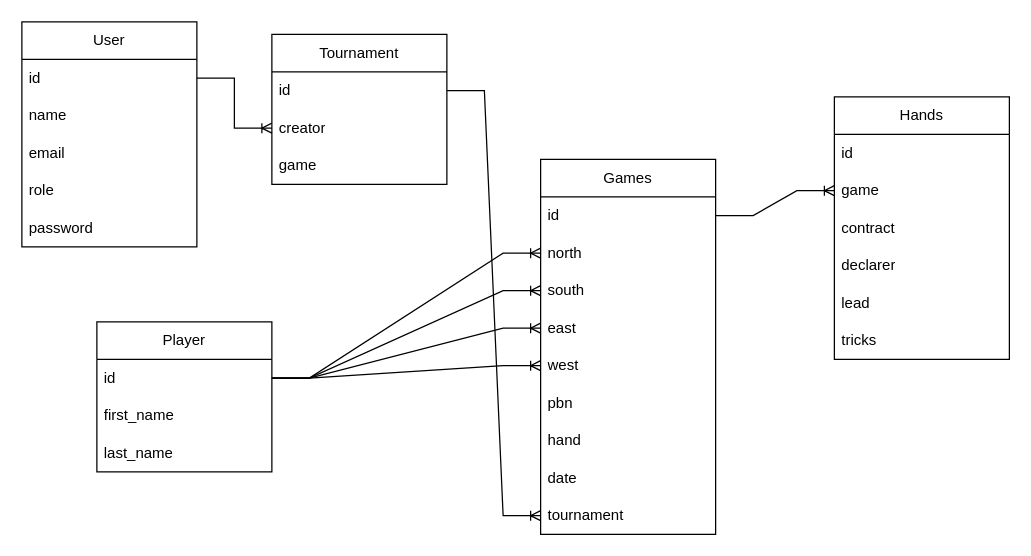
The draw.io diagram server/docs/bridge_games.drawio in MaxxZahar/BridgeGames, before the edit. Source tidied: cells renumbered, new cells numbered last; positions are measured from the earlier drawing's top-left corner, leaving out a move shared by most shapes. Both pictures are drawn from the tidied source at 125%, with x=0, y=0 at pixel (21, 21).
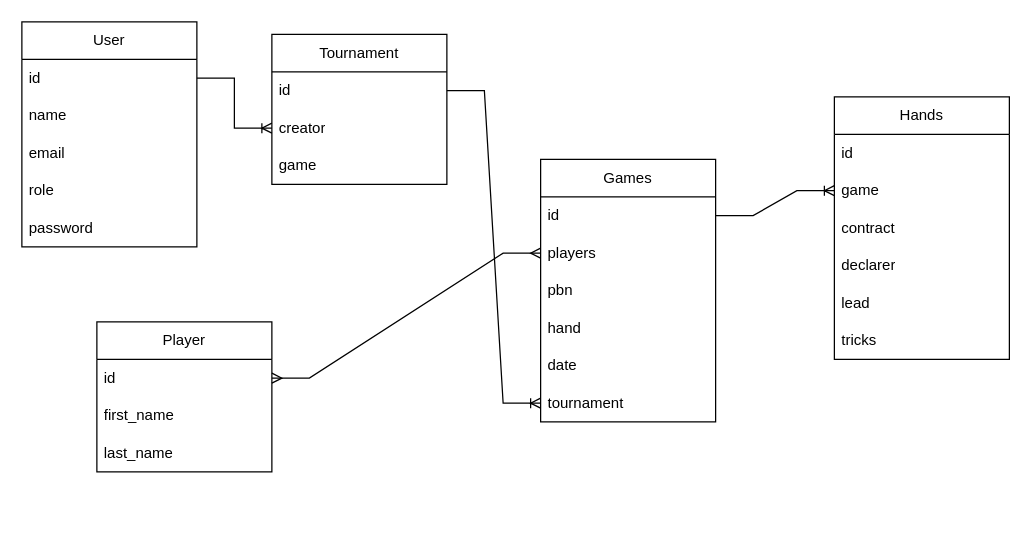
The same page after the edit.

The change refers to these unchanged cells:
```xml
<mxCell id="26" value="id" style="text;strokeColor=none;fillColor=none;align=left;verticalAlign=middle;spacingLeft=4;spacingRight=4;overflow=hidden;points=[[0,0.5],[1,0.5]];portConstraint=eastwest;whiteSpace=wrap;html=1;" parent="25" vertex="1">
  <mxGeometry y="30" width="140" height="30" as="geometry" />
</mxCell>
```

The edit, as a diff of the source:
```diff
@@
     <mxCell id="8" value="Games" style="swimlane;fontStyle=0;horizontal=1;startSize=30;whiteSpace=wrap;html=1;" parent="1" vertex="1">
-      <mxGeometry x="415" y="110" width="140" height="300" as="geometry" />
+      <mxGeometry x="415" y="110" width="140" height="210" as="geometry" />
     </mxCell>
@@
-    <mxCell id="10" value="north" style="text;strokeColor=none;fillColor=none;align=left;verticalAlign=middle;spacingLeft=4;spacingRight=4;overflow=hidden;points=[[0,0.5],[1,0.5]];portConstraint=eastwest;whiteSpace=wrap;html=1;" parent="8" vertex="1">
-      <mxGeometry y="60" width="140" height="30" as="geometry" />
-    </mxCell>
-    <mxCell id="11" value="south" style="text;strokeColor=none;fillColor=none;align=left;verticalAlign=middle;spacingLeft=4;spacingRight=4;overflow=hidden;points=[[0,0.5],[1,0.5]];portConstraint=eastwest;whiteSpace=wrap;html=1;" parent="8" vertex="1">
-      <mxGeometry y="90" width="140" height="30" as="geometry" />
-    </mxCell>
-    <mxCell id="12" value="east" style="text;strokeColor=none;fillColor=none;align=left;verticalAlign=middle;spacingLeft=4;spacingRight=4;overflow=hidden;points=[[0,0.5],[1,0.5]];portConstraint=eastwest;whiteSpace=wrap;html=1;" parent="8" vertex="1">
-      <mxGeometry y="120" width="140" height="30" as="geometry" />
-    </mxCell>
-    <mxCell id="13" value="west" style="text;strokeColor=none;fillColor=none;align=left;verticalAlign=middle;spacingLeft=4;spacingRight=4;overflow=hidden;points=[[0,0.5],[1,0.5]];portConstraint=eastwest;whiteSpace=wrap;html=1;" parent="8" vertex="1">
-      <mxGeometry y="150" width="140" height="30" as="geometry" />
+    <mxCell id="13" value="players" style="text;strokeColor=none;fillColor=none;align=left;verticalAlign=middle;spacingLeft=4;spacingRight=4;overflow=hidden;points=[[0,0.5],[1,0.5]];portConstraint=eastwest;whiteSpace=wrap;html=1;" parent="8" vertex="1">
+      <mxGeometry y="60" width="140" height="30" as="geometry" />
     </mxCell>
     <mxCell id="14" value="pbn" style="text;strokeColor=none;fillColor=none;align=left;verticalAlign=middle;spacingLeft=4;spacingRight=4;overflow=hidden;whiteSpace=wrap;html=1;" parent="8" vertex="1">
-      <mxGeometry y="180" width="140" height="30" as="geometry" />
+      <mxGeometry y="90" width="140" height="30" as="geometry" />
     </mxCell>
     <mxCell id="15" value="hand" style="text;strokeColor=none;fillColor=none;align=left;verticalAlign=middle;spacingLeft=4;spacingRight=4;overflow=hidden;whiteSpace=wrap;html=1;" parent="8" vertex="1">
-      <mxGeometry y="210" width="140" height="30" as="geometry" />
+      <mxGeometry y="120" width="140" height="30" as="geometry" />
     </mxCell>
     <mxCell id="16" value="date" style="text;strokeColor=none;fillColor=none;align=left;verticalAlign=middle;spacingLeft=4;spacingRight=4;overflow=hidden;whiteSpace=wrap;html=1;" parent="8" vertex="1">
-      <mxGeometry y="240" width="140" height="30" as="geometry" />
+      <mxGeometry y="150" width="140" height="30" as="geometry" />
     </mxCell>
     <mxCell id="17" value="tournament" style="text;strokeColor=none;fillColor=none;align=left;verticalAlign=middle;spacingLeft=4;spacingRight=4;overflow=hidden;points=[[0,0.5],[1,0.5]];portConstraint=eastwest;whiteSpace=wrap;html=1;" parent="8" vertex="1">
-      <mxGeometry y="270" width="140" height="30" as="geometry" />
+      <mxGeometry y="180" width="140" height="30" as="geometry" />
     </mxCell>
@@
-    <mxCell id="30" style="edgeStyle=entityRelationEdgeStyle;fontSize=12;html=1;endArrow=ERoneToMany;rounded=0;exitX=1;exitY=0.5;exitDx=0;exitDy=0;entryX=0;entryY=0.5;entryDx=0;entryDy=0;" parent="1" edge="1" source="26" target="10">
-      <mxGeometry relative="1" as="geometry">
-        <Array as="points">
-          <mxPoint x="160" y="185" />
-        </Array>
-      </mxGeometry>
-    </mxCell>
-    <mxCell id="31" style="edgeStyle=entityRelationEdgeStyle;fontSize=12;html=1;endArrow=ERoneToMany;rounded=0;exitX=1;exitY=0.5;exitDx=0;exitDy=0;entryX=0;entryY=0.5;entryDx=0;entryDy=0;" parent="1" edge="1" source="26" target="11">
-      <mxGeometry relative="1" as="geometry">
-        <Array as="points">
-          <mxPoint x="150" y="270" />
-          <mxPoint x="180" y="230" />
-        </Array>
-      </mxGeometry>
-    </mxCell>
-    <mxCell id="32" style="edgeStyle=entityRelationEdgeStyle;fontSize=12;html=1;endArrow=ERoneToMany;rounded=0;exitX=1;exitY=0.5;exitDx=0;exitDy=0;entryX=0;entryY=0.5;entryDx=0;entryDy=0;" parent="1" edge="1" source="26" target="12">
-      <mxGeometry relative="1" as="geometry">
-        <Array as="points">
-          <mxPoint x="170" y="270" />
-          <mxPoint x="200" y="270" />
-          <mxPoint x="160" y="270" />
-        </Array>
-      </mxGeometry>
-    </mxCell>
-    <mxCell id="33" style="edgeStyle=entityRelationEdgeStyle;fontSize=12;html=1;endArrow=ERoneToMany;rounded=0;exitX=1;exitY=0.5;exitDx=0;exitDy=0;entryX=0;entryY=0.5;entryDx=0;entryDy=0;" parent="1" edge="1" source="26" target="13">
-      <mxGeometry relative="1" as="geometry">
-        <Array as="points">
-          <mxPoint x="180" y="310" />
-          <mxPoint x="180" y="290" />
-          <mxPoint x="170" y="340" />
-        </Array>
-      </mxGeometry>
-    </mxCell>
@@
+    <mxCell id="33" style="edgeStyle=entityRelationEdgeStyle;fontSize=12;html=1;endArrow=ERmany;startArrow=ERmany;rounded=0;entryX=0;entryY=0.5;entryDx=0;entryDy=0;exitX=1;exitY=0.5;exitDx=0;exitDy=0;" parent="1" edge="1" source="26" target="13">
+      <mxGeometry relative="1" as="geometry" />
+    </mxCell>
```
